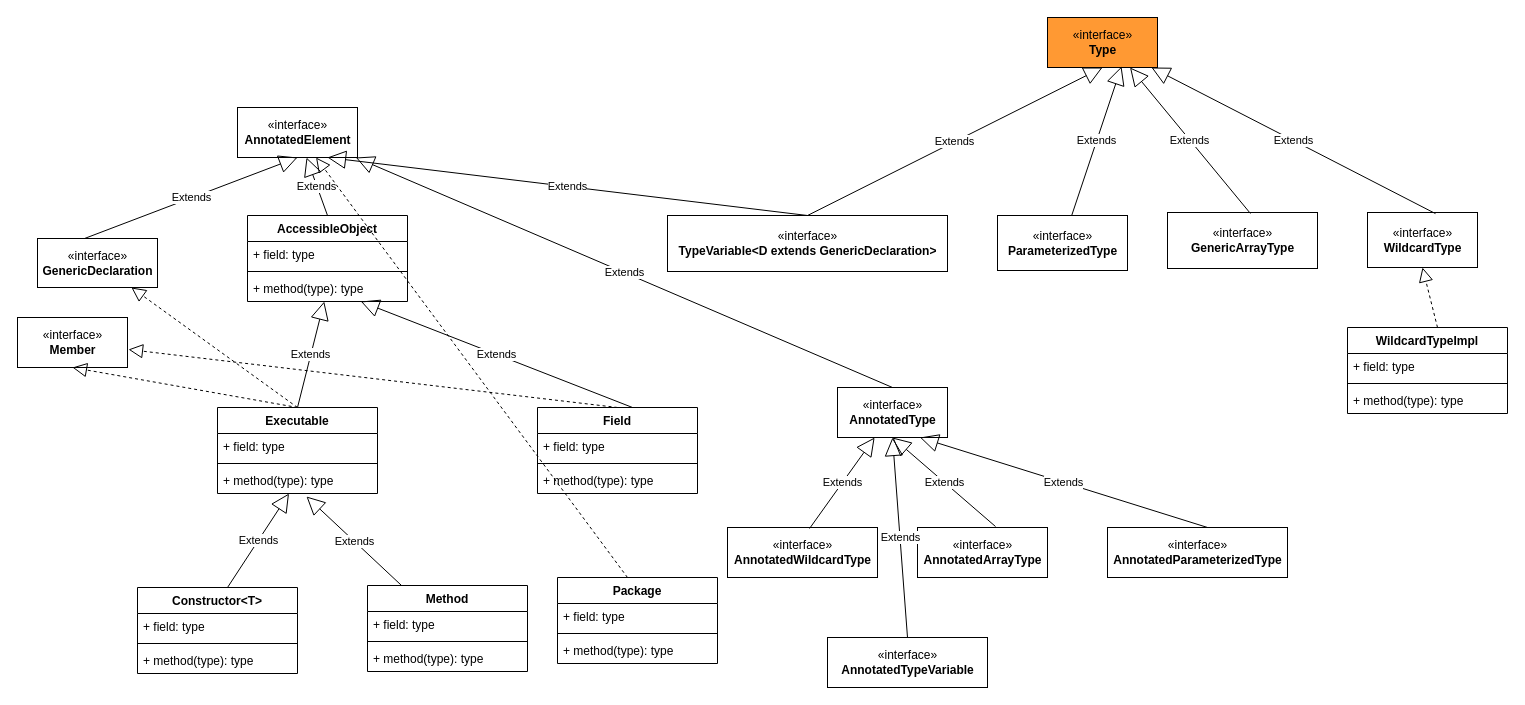
Before: page "反射" (15 of 18) of JDK.drawio in tadsimons/draw, a draw.io diagram. Source tidied: cells renumbered, new cells numbered last; positions are measured from the earlier drawing's top-left corner, leaving out a move shared by most shapes. Both pictures are drawn from the tidied source at 100%, with x=0, y=0 at pixel (17, 17).
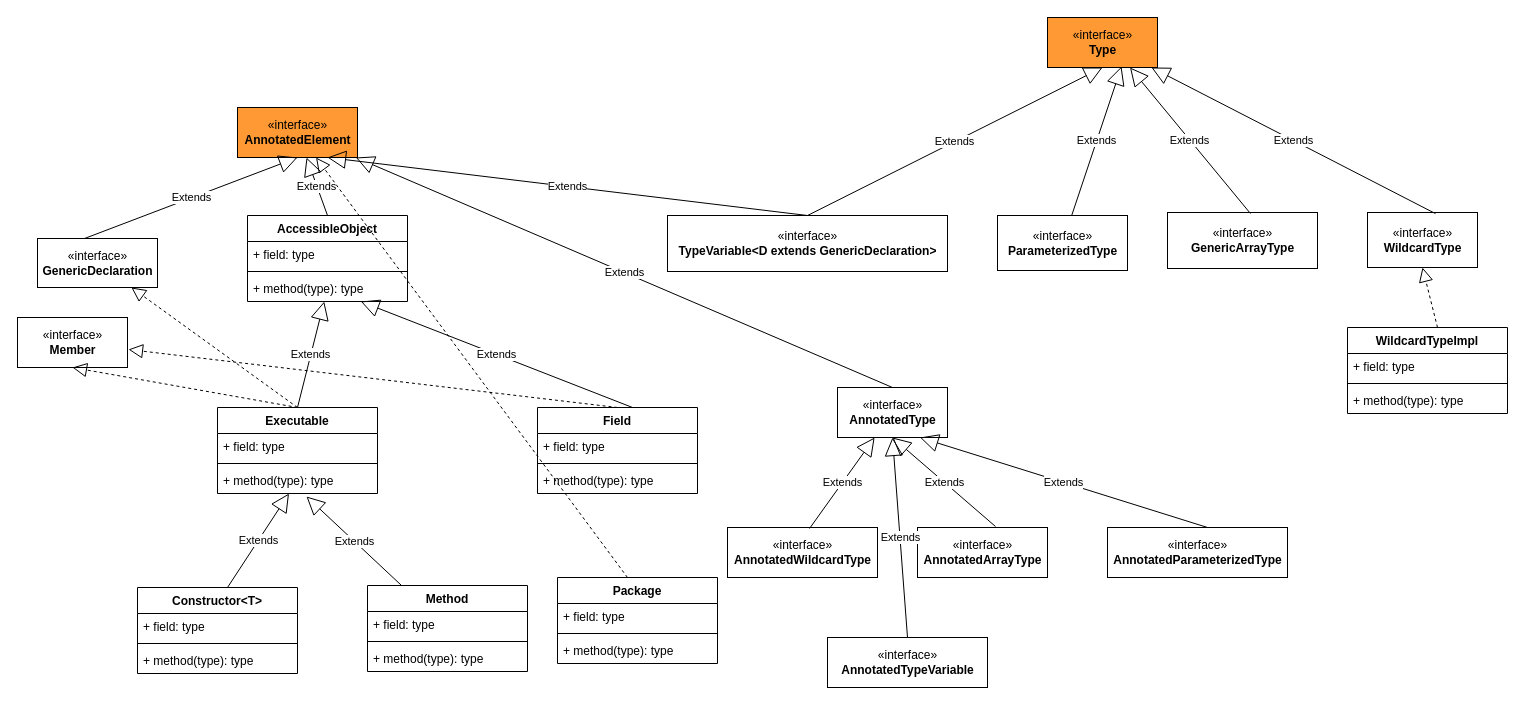
The same diagram, later.

Change to the diagram source:
```diff
@@
-    <mxCell id="2" value="«interface»&lt;br&gt;&lt;b&gt;AnnotatedElement&lt;/b&gt;" style="html=1;" parent="1" vertex="1">
+    <mxCell id="2" value="«interface»&lt;br&gt;&lt;b&gt;AnnotatedElement&lt;/b&gt;" style="html=1;fillColor=#FF9933;" parent="1" vertex="1">
       <mxGeometry x="220" y="90" width="120" height="50" as="geometry" />
     </mxCell>
```
